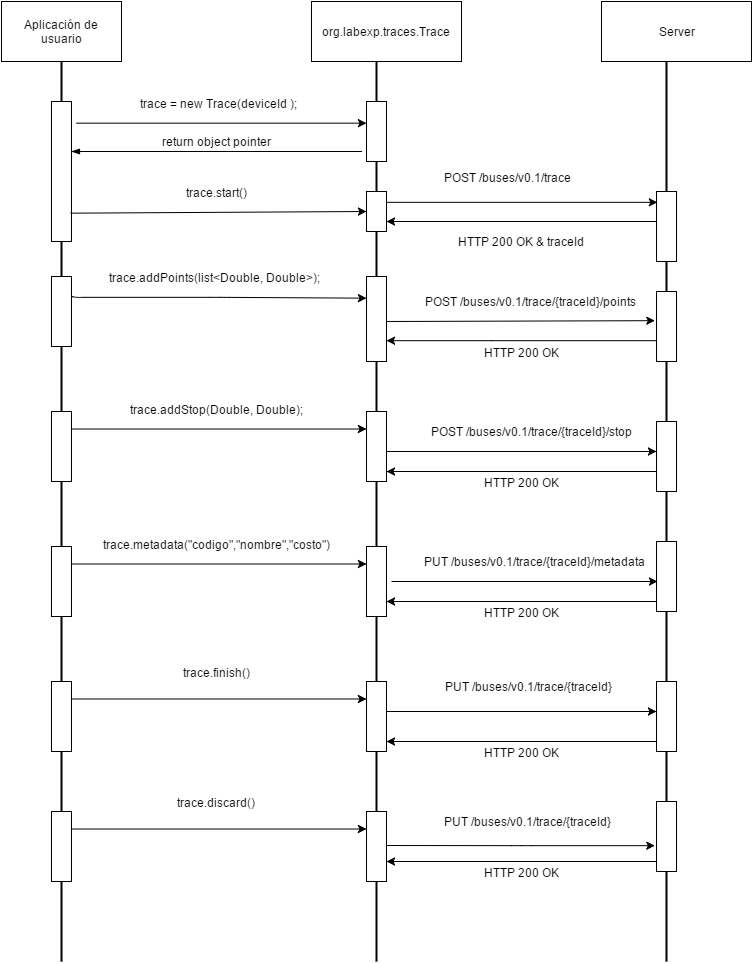
Before: Diseño/Diagrama de secuencia.png, a diagram exported from draw.io (leomendoza123/buses-api-java-client). Source tidied: cells renumbered, new cells last; positions are measured from the earlier drawing's top-left corner, leaving out a move shared by most shapes.
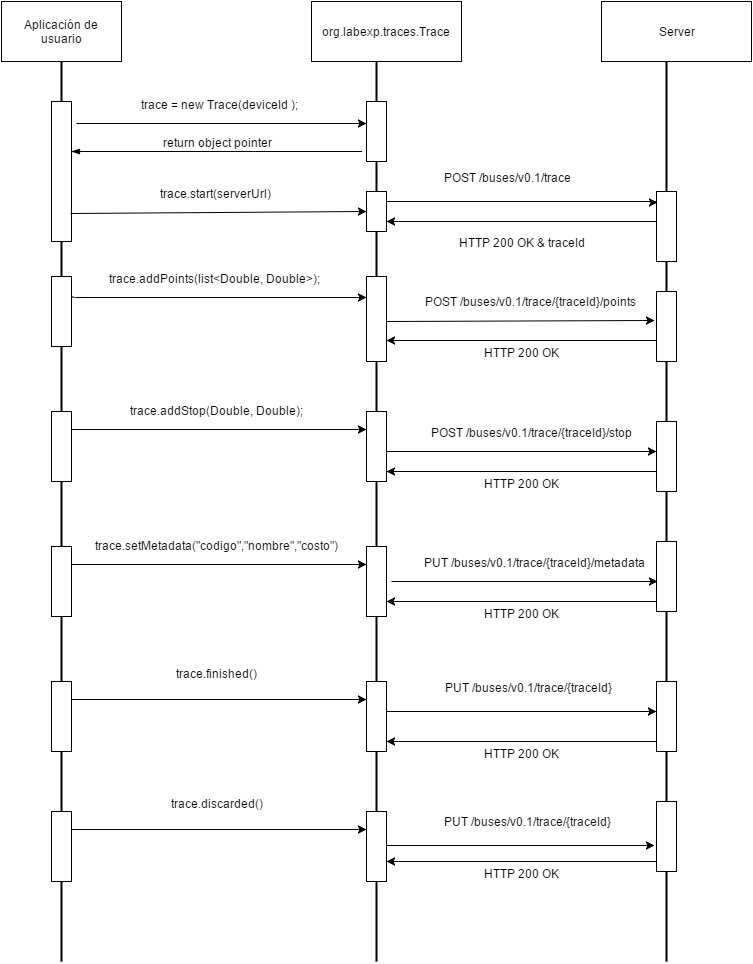
The same file after the commit.

Commit message:
Update funtion names

What changed in the source:
```diff
@@ -48,7 +48,7 @@
     <mxCell id="13" style="endArrow=classic;html=1;entryX=0;entryY=0.5;exitX=0.95;exitY=0.8;exitPerimeter=0;" parent="1" edge="1" source="7" target="40">
       <mxGeometry relative="1" as="geometry" />
     </mxCell>
-    <mxCell id="14" value="trace.start()" style="text;html=1;align=center;verticalAlign=middle;labelBackgroundColor=#ffffff;" parent="13" vertex="1">
+    <mxCell id="14" value="trace.start(serverUrl)" style="text;html=1;align=center;verticalAlign=middle;labelBackgroundColor=#ffffff;" parent="13" vertex="1">
       <mxGeometry x="-0.04" y="1" relative="1" as="geometry">
         <mxPoint x="3" y="-19" as="offset" />
       </mxGeometry>
@@ -95,7 +95,7 @@
     <mxCell id="25" style="endArrow=classic;html=1;exitX=1;exitY=0.25;entryX=0;entryY=0.25;" parent="1" edge="1" source="23" target="24">
       <mxGeometry relative="1" as="geometry" />
     </mxCell>
-    <mxCell id="26" value="&lt;span id=&quot;docs-internal-guid-3bf04ba9-768e-9894-6a8a-e7a5c3230017&quot;&gt;&lt;span&gt;trace.m&lt;/span&gt;&lt;/span&gt;&lt;span id=&quot;docs-internal-guid-3bf04ba9-7d44-3cd5-ec0a-f6549810b074&quot;&gt;&lt;span&gt;etadata&lt;/span&gt;&lt;span&gt;(&lt;/span&gt;&lt;span&gt;&quot;codigo&quot;&lt;/span&gt;&lt;span&gt;,&lt;/span&gt;&lt;span&gt;&quot;nombre&quot;&lt;/span&gt;&lt;span&gt;,&lt;/span&gt;&lt;span&gt;&quot;costo&quot;&lt;/span&gt;&lt;span&gt;)&lt;/span&gt;&lt;/span&gt;" style="text;html=1;align=center;verticalAlign=middle;labelBackgroundColor=#ffffff;" parent="25" vertex="1">
+    <mxCell id="26" value="&lt;span id=&quot;docs-internal-guid-3bf04ba9-768e-9894-6a8a-e7a5c3230017&quot;&gt;&lt;span&gt;trace.&lt;/span&gt;&lt;/span&gt;&lt;span id=&quot;docs-internal-guid-3bf04ba9-7d44-3cd5-ec0a-f6549810b074&quot;&gt;&lt;span&gt;setMetadata(&lt;/span&gt;&lt;span&gt;&quot;codigo&quot;&lt;/span&gt;&lt;span&gt;,&lt;/span&gt;&lt;span&gt;&quot;nombre&quot;&lt;/span&gt;&lt;span&gt;,&lt;/span&gt;&lt;span&gt;&quot;costo&quot;&lt;/span&gt;&lt;span&gt;)&lt;/span&gt;&lt;/span&gt;" style="text;html=1;align=center;verticalAlign=middle;labelBackgroundColor=#ffffff;" parent="25" vertex="1">
       <mxGeometry x="-0.04" y="1" relative="1" as="geometry">
         <mxPoint x="3" y="-19" as="offset" />
       </mxGeometry>
@@ -109,7 +109,7 @@
     <mxCell id="29" style="endArrow=classic;html=1;exitX=1;exitY=0.25;entryX=0;entryY=0.25;" parent="1" edge="1" source="27" target="28">
       <mxGeometry relative="1" as="geometry" />
     </mxCell>
-    <mxCell id="30" value="&lt;span id=&quot;docs-internal-guid-3bf04ba9-768e-9894-6a8a-e7a5c3230017&quot;&gt;&lt;span&gt;trace.&lt;/span&gt;&lt;/span&gt;&lt;span id=&quot;docs-internal-guid-3bf04ba9-7d44-3cd5-ec0a-f6549810b074&quot;&gt;&lt;span id=&quot;docs-internal-guid-3bf04ba9-7d44-7447-48c5-1a3e8c31401b&quot;&gt;&lt;span&gt;finish()&lt;/span&gt;&lt;span&gt;&lt;br&gt;&lt;/span&gt;&lt;/span&gt;&lt;br&gt;&lt;/span&gt;" style="text;html=1;align=center;verticalAlign=middle;labelBackgroundColor=#ffffff;" parent="29" vertex="1">
+    <mxCell id="30" value="&lt;span id=&quot;docs-internal-guid-3bf04ba9-768e-9894-6a8a-e7a5c3230017&quot;&gt;&lt;span&gt;trace.&lt;/span&gt;&lt;/span&gt;&lt;span id=&quot;docs-internal-guid-3bf04ba9-7d44-3cd5-ec0a-f6549810b074&quot;&gt;&lt;span id=&quot;docs-internal-guid-3bf04ba9-7d44-7447-48c5-1a3e8c31401b&quot;&gt;&lt;span&gt;finished()&lt;/span&gt;&lt;span&gt;&lt;br&gt;&lt;/span&gt;&lt;/span&gt;&lt;br&gt;&lt;/span&gt;" style="text;html=1;align=center;verticalAlign=middle;labelBackgroundColor=#ffffff;" parent="29" vertex="1">
       <mxGeometry x="-0.04" y="1" relative="1" as="geometry">
         <mxPoint x="3" y="-19" as="offset" />
       </mxGeometry>
@@ -129,7 +129,7 @@
     <mxCell id="35" style="endArrow=classic;html=1;exitX=1;exitY=0.25;entryX=0;entryY=0.25;" parent="1" edge="1" source="33" target="34">
       <mxGeometry relative="1" as="geometry" />
     </mxCell>
-    <mxCell id="36" value="&lt;span id=&quot;docs-internal-guid-3bf04ba9-768e-9894-6a8a-e7a5c3230017&quot;&gt;&lt;span&gt;trace.d&lt;/span&gt;&lt;/span&gt;&lt;span id=&quot;docs-internal-guid-3bf04ba9-7d44-3cd5-ec0a-f6549810b074&quot;&gt;&lt;span id=&quot;docs-internal-guid-3bf04ba9-7d44-7447-48c5-1a3e8c31401b&quot;&gt;&lt;span&gt;iscard()&lt;/span&gt;&lt;span&gt;&lt;br&gt;&lt;/span&gt;&lt;/span&gt;&lt;br&gt;&lt;/span&gt;" style="text;html=1;align=center;verticalAlign=middle;labelBackgroundColor=#ffffff;" parent="35" vertex="1">
+    <mxCell id="36" value="&lt;span id=&quot;docs-internal-guid-3bf04ba9-768e-9894-6a8a-e7a5c3230017&quot;&gt;&lt;span&gt;trace.&lt;/span&gt;&lt;/span&gt;&lt;span id=&quot;docs-internal-guid-3bf04ba9-7d44-3cd5-ec0a-f6549810b074&quot;&gt;&lt;span id=&quot;docs-internal-guid-3bf04ba9-7d44-7447-48c5-1a3e8c31401b&quot;&gt;&lt;span&gt;discarded()&lt;/span&gt;&lt;span&gt;&lt;br&gt;&lt;/span&gt;&lt;/span&gt;&lt;br&gt;&lt;/span&gt;" style="text;html=1;align=center;verticalAlign=middle;labelBackgroundColor=#ffffff;" parent="35" vertex="1">
       <mxGeometry x="-0.04" y="1" relative="1" as="geometry">
         <mxPoint x="3" y="-19" as="offset" />
       </mxGeometry>
```
